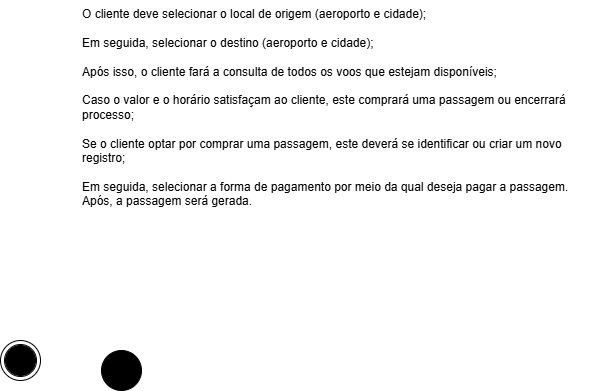
This is APOO/diagrama_atividade/02_atividade/02_venda_passagens_aereas.png from joao-marcos-azvd/Estudos-de-programacao, a draw.io export, as it was before one commit. Source tidied: cells renumbered, new cells last; positions are measured from the earlier drawing's top-left corner, leaving out a move shared by most shapes.
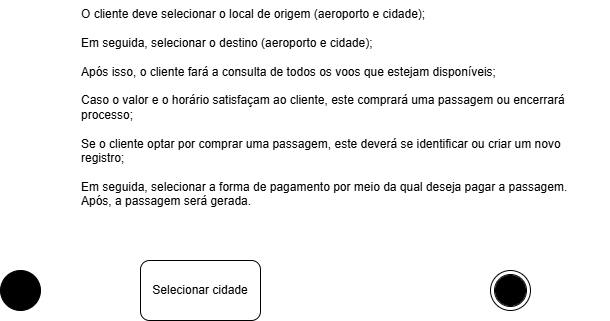
Later version of the same file.

What changed in the source:
```diff
@@ -6,13 +6,16 @@
       <mxGeometry x="80" width="530" height="150" as="geometry" />
     </mxCell>
     <mxCell id="3" style="ellipse;shape=doubleEllipse;whiteSpace=wrap;html=1;" parent="1" vertex="1">
-      <mxGeometry y="340" width="40" height="40" as="geometry" />
+      <mxGeometry x="491" y="270" width="40" height="40" as="geometry" />
     </mxCell>
     <mxCell id="4" style="verticalLabelPosition=bottom;verticalAlign=top;html=1;shape=mxgraph.flowchart.on-page_reference;fillColor=#000000;" parent="1" vertex="1">
-      <mxGeometry x="5" y="345" width="30" height="30" as="geometry" />
+      <mxGeometry x="496" y="275" width="30" height="30" as="geometry" />
     </mxCell>
     <mxCell id="5" style="ellipse;shape=doubleEllipse;whiteSpace=wrap;html=1;fillColor=#000000;" parent="1" vertex="1">
-      <mxGeometry x="101" y="350" width="40" height="40" as="geometry" />
+      <mxGeometry x="1" y="270" width="40" height="40" as="geometry" />
     </mxCell>
+    <mxCell id="6" value="Selecionar cidade" style="rounded=1;whiteSpace=wrap;html=1;" parent="1" vertex="1">
+      <mxGeometry x="141" y="260" width="120" height="60" as="geometry" />
+    </mxCell>
   </root>
 </mxGraphModel>
```
